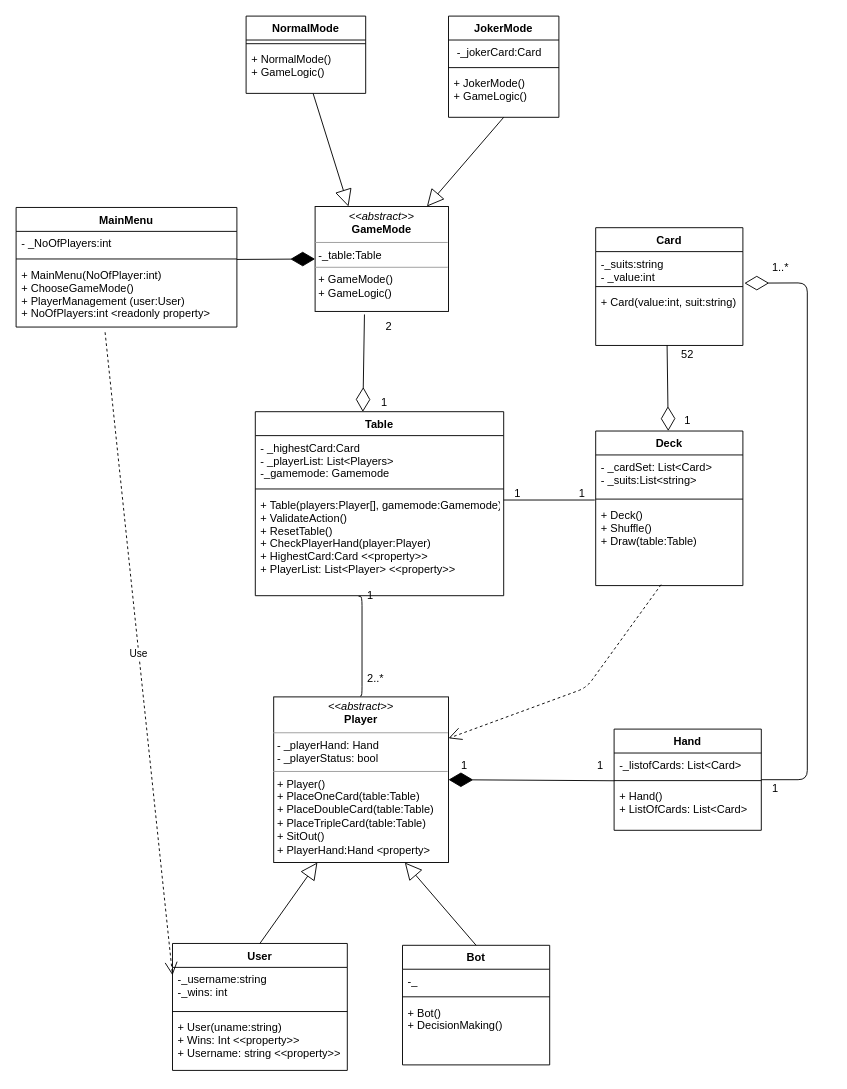
This is DistinctionTask.drawio from LastMinuteBanter/DistinctionTaskUML, a draw.io file, before an edit. Source tidied: cells renumbered, new cells numbered last; positions are measured from the earlier drawing's top-left corner, leaving out a move shared by most shapes. Both pictures are drawn from the tidied source at 92%, with x=0, y=0 at pixel (16, 16).
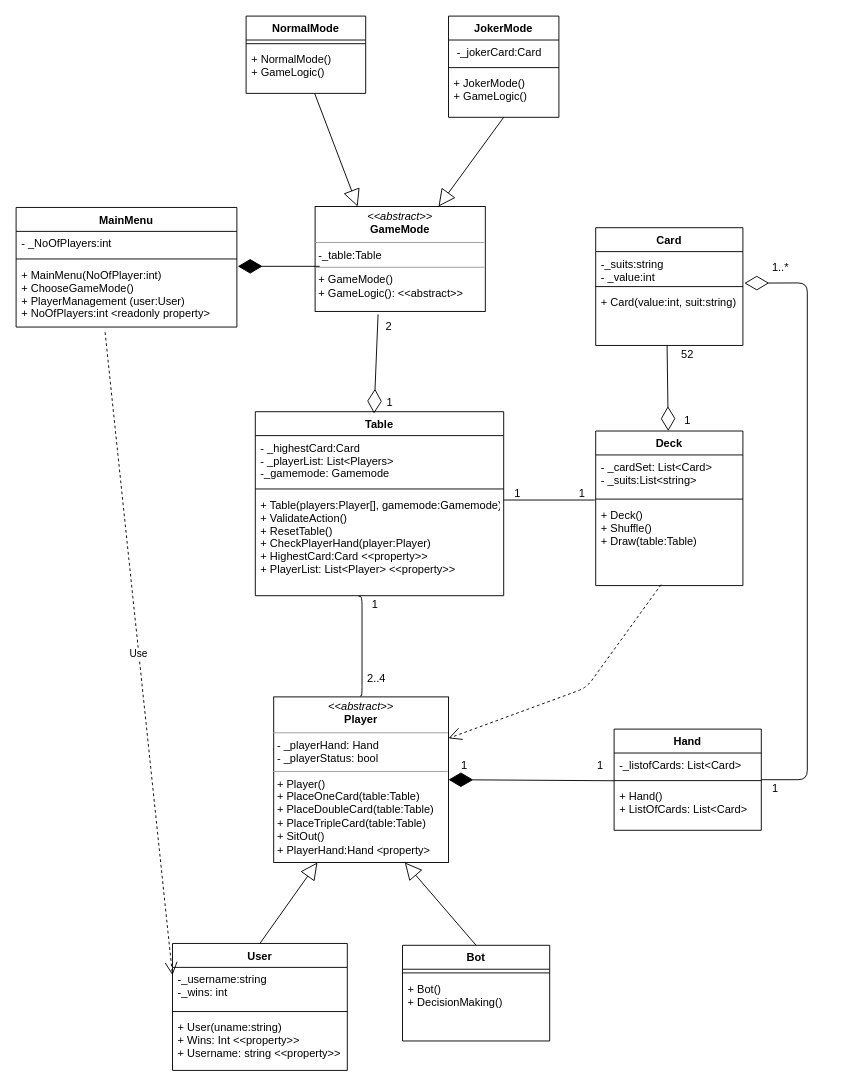
Above is the later version.

Unchanged cells that the change refers to:
```xml
<mxCell id="5" value="+ MainMenu(NoOfPlayer:int)&#10;+ ChooseGameMode()&#10;+ PlayerManagement (user:User)&#10;+ NoOfPlayers:int &lt;readonly property&gt;&#10;" style="text;strokeColor=none;fillColor=none;align=left;verticalAlign=top;spacingLeft=4;spacingRight=4;overflow=hidden;points=[[0,0.5],[1,0.5]];portConstraint=eastwest;" parent="2" vertex="1">
  <mxGeometry y="60" width="240" height="70" as="geometry" />
</mxCell>
<mxCell id="13" value="Table" style="swimlane;fontStyle=1;align=center;verticalAlign=top;horizontal=1;startSize=26;" parent="1" vertex="1">
  <mxGeometry x="260" y="430" width="270" height="200" as="geometry" />
</mxCell>
```

The edit, as a diff of the source:
```diff
@@
-    <mxCell id="18" value="&lt;p style=&quot;margin: 0px ; margin-top: 4px ; text-align: center&quot;&gt;&lt;i&gt;&amp;lt;&amp;lt;abstract&amp;gt;&amp;gt;&lt;/i&gt;&lt;br&gt;&lt;b&gt;GameMode&lt;/b&gt;&lt;/p&gt;&lt;hr size=&quot;1&quot;&gt;&lt;p style=&quot;margin: 0px ; margin-left: 4px&quot;&gt;-_table:Table&lt;br&gt;&lt;/p&gt;&lt;hr size=&quot;1&quot;&gt;&lt;p style=&quot;margin: 0px ; margin-left: 4px&quot;&gt;+ GameMode()&lt;/p&gt;&lt;p style=&quot;margin: 0px ; margin-left: 4px&quot;&gt;+ GameLogic()&lt;br&gt;&lt;/p&gt;" style="verticalAlign=top;align=left;overflow=fill;fontSize=12;fontFamily=Helvetica;html=1;glass=0;" parent="1" vertex="1">
-      <mxGeometry x="325" y="207" width="145" height="114" as="geometry" />
+    <mxCell id="18" value="&lt;p style=&quot;margin: 0px ; margin-top: 4px ; text-align: center&quot;&gt;&lt;i&gt;&amp;lt;&amp;lt;abstract&amp;gt;&amp;gt;&lt;/i&gt;&lt;br&gt;&lt;b&gt;GameMode&lt;/b&gt;&lt;/p&gt;&lt;hr size=&quot;1&quot;&gt;&lt;p style=&quot;margin: 0px ; margin-left: 4px&quot;&gt;-_table:Table&lt;br&gt;&lt;/p&gt;&lt;hr size=&quot;1&quot;&gt;&lt;p style=&quot;margin: 0px ; margin-left: 4px&quot;&gt;+ GameMode()&lt;/p&gt;&lt;p style=&quot;margin: 0px ; margin-left: 4px&quot;&gt;+ GameLogic(): &amp;lt;&amp;lt;abstract&amp;gt;&amp;gt;&lt;br&gt;&lt;/p&gt;" style="verticalAlign=top;align=left;overflow=fill;fontSize=12;fontFamily=Helvetica;html=1;glass=0;" parent="1" vertex="1">
+      <mxGeometry x="325" y="207" width="185" height="114" as="geometry" />
     </mxCell>
@@
-    <mxCell id="33" style="endArrow=diamondThin;endFill=1;endSize=24;html=1;fontSize=12;exitX=1;exitY=-0.05;exitDx=0;exitDy=0;exitPerimeter=0;entryX=0;entryY=0.5;entryDx=0;entryDy=0;" parent="1" edge="1" source="5" target="18">
-      <mxGeometry relative="1" as="geometry" />
-    </mxCell>
@@
     <mxCell id="42" value="Bot" style="swimlane;fontStyle=1;align=center;verticalAlign=top;horizontal=1;startSize=26;glass=0;fontSize=12;" parent="1" vertex="1">
-      <mxGeometry x="420" y="1010" width="160" height="130" as="geometry" />
+      <mxGeometry x="420" y="1010" width="160" height="104" as="geometry" />
     </mxCell>
-    <mxCell id="43" value="-_" style="text;strokeColor=none;fillColor=none;align=left;verticalAlign=top;spacingLeft=4;spacingRight=4;overflow=hidden;" parent="42" vertex="1">
-      <mxGeometry y="26" width="160" height="26" as="geometry" />
-    </mxCell>
     <mxCell id="44" style="line;strokeWidth=1;fillColor=none;align=left;verticalAlign=middle;spacingTop=-1;spacingLeft=3;spacingRight=3;labelPosition=right;" parent="42" vertex="1">
-      <mxGeometry y="52" width="160" height="8" as="geometry" />
+      <mxGeometry y="26" width="160" height="8" as="geometry" />
     </mxCell>
     <mxCell id="45" value="+ Bot()&#10;+ DecisionMaking()&#10;" style="text;strokeColor=none;fillColor=none;align=left;verticalAlign=top;spacingLeft=4;spacingRight=4;overflow=hidden;" parent="42" vertex="1">
-      <mxGeometry y="60" width="160" height="70" as="geometry" />
+      <mxGeometry y="34" width="160" height="70" as="geometry" />
     </mxCell>
@@
-    <mxCell id="52" value="2..*" style="text;html=1;align=left;verticalAlign=top;spacingTop=-4;" parent="1" vertex="1">
-      <mxGeometry x="380" y="710" width="30" height="20" as="geometry" />
+    <mxCell id="52" value="2..4" style="text;html=1;align=left;verticalAlign=top;spacingTop=-4;" parent="1" vertex="1">
+      <mxGeometry x="380" y="710" width="40" height="20" as="geometry" />
     </mxCell>
     <mxCell id="53" value="1" style="text;html=1;align=left;verticalAlign=top;spacingTop=-4;" parent="1" vertex="1">
-      <mxGeometry x="380" y="620" width="20" height="20" as="geometry" />
+      <mxGeometry x="385" y="630" width="20" height="20" as="geometry" />
     </mxCell>
@@
     <mxCell id="61" value="1" style="text;html=1;align=left;verticalAlign=top;spacingTop=-4;" parent="1" vertex="1">
-      <mxGeometry x="395" y="410" width="20" height="20" as="geometry" />
+      <mxGeometry x="401" y="410" width="20" height="20" as="geometry" />
     </mxCell>
@@
-    <mxCell id="63" style="endArrow=diamondThin;endFill=0;endSize=24;html=1;entryX=0.433;entryY=0.001;entryDx=0;entryDy=0;entryPerimeter=0;exitX=0.37;exitY=1.029;exitDx=0;exitDy=0;exitPerimeter=0;" parent="1" edge="1" source="18" target="13">
+    <mxCell id="63" style="endArrow=diamondThin;endFill=0;endSize=24;html=1;entryX=0.478;entryY=0.01;entryDx=0;entryDy=0;entryPerimeter=0;exitX=0.37;exitY=1.029;exitDx=0;exitDy=0;exitPerimeter=0;" parent="1" edge="1" source="18" target="13">
       <mxGeometry relative="1" as="geometry" />
     </mxCell>
@@
+    <mxCell id="68" style="endArrow=diamondThin;endFill=1;endSize=24;html=1;entryX=1.004;entryY=0.057;entryDx=0;entryDy=0;entryPerimeter=0;exitX=0.027;exitY=0.57;exitDx=0;exitDy=0;exitPerimeter=0;" parent="1" edge="1" source="18" target="5">
+      <mxGeometry relative="1" as="geometry" />
+    </mxCell>
```
